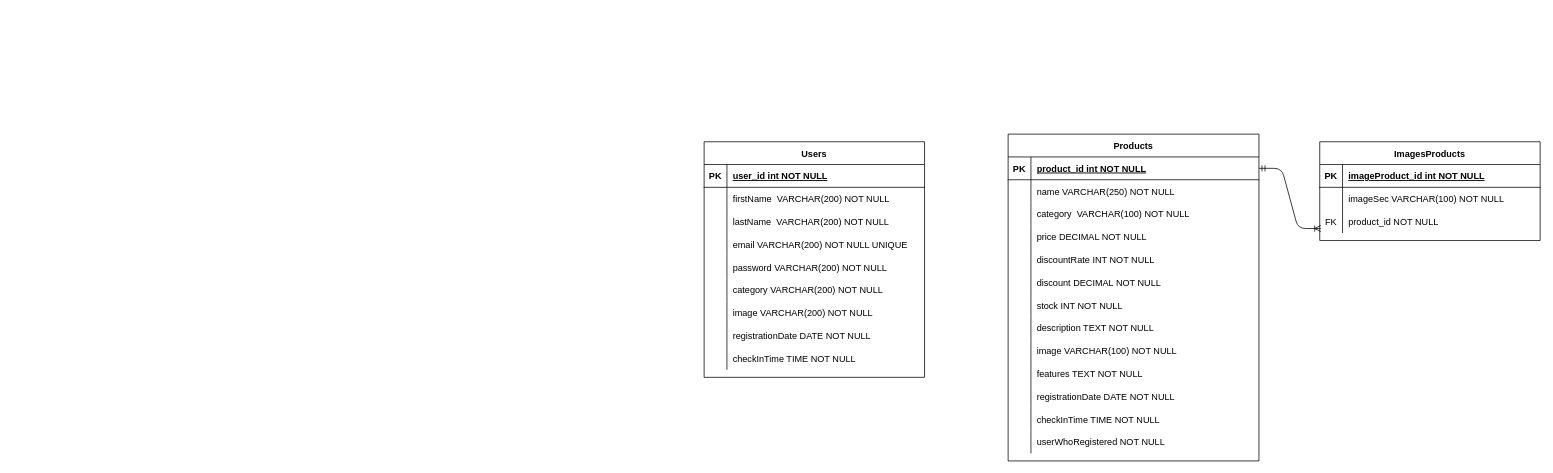
The draw.io diagram sql/diagramaERdbEcommerce.drawio in Eduardishion/appEcommercePropiaEduard, before the edit. Source tidied: cells renumbered, new cells numbered last; positions are measured from the earlier drawing's top-left corner, leaving out a move shared by most shapes. Both pictures are drawn from the tidied source at 76%, with x=0, y=0 at pixel (704, 134).
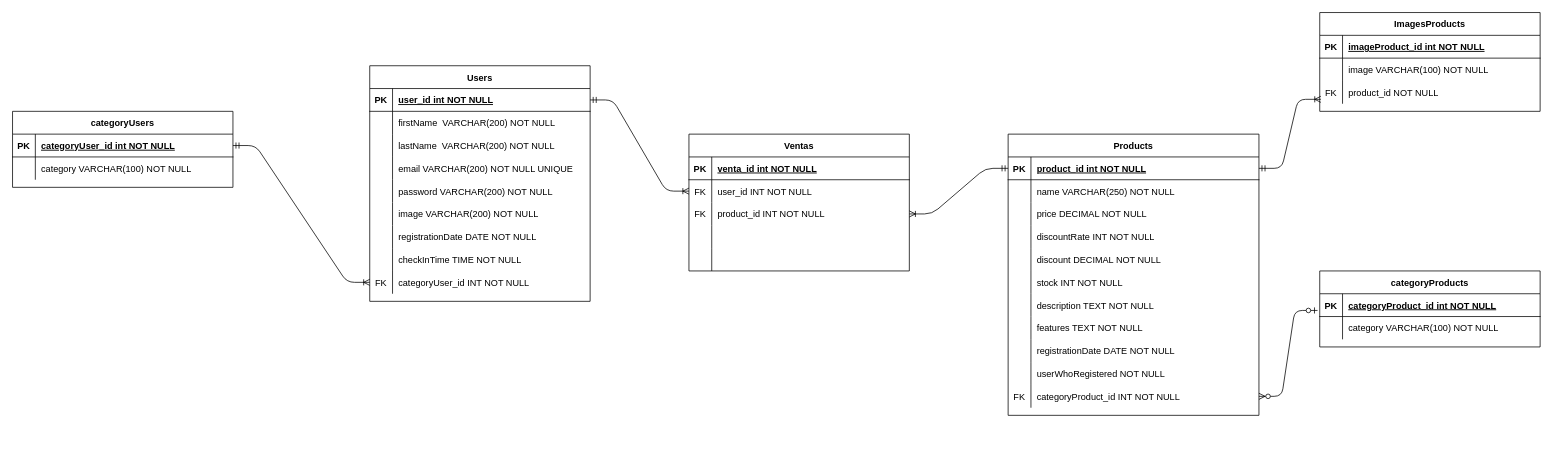
After the change.

Commit message (it also covers changes not shown here):
diseño de diagrama entidad relacion y archivo sql, de realcion entre tablas

Unchanged cells that the change refers to:
```xml
<mxCell id="3" style="shape=partialRectangle;fillColor=none;points=[[0,0.5],[1,0.5]];portConstraint=eastwest;top=0;left=0;right=0;bottom=1;" parent="2" vertex="1">
  <mxGeometry y="30" width="290" height="30" as="geometry" />
</mxCell>
<mxCell id="31" style="shape=partialRectangle;fillColor=none;points=[[0,0.5],[1,0.5]];portConstraint=eastwest;top=0;left=0;right=0;bottom=1;" parent="30" vertex="1">
  <mxGeometry y="30" width="330" height="30" as="geometry" />
</mxCell>
<mxCell id="74" style="shape=partialRectangle;fillColor=none;top=0;left=0;right=0;bottom=0;" parent="70" vertex="1">
  <mxGeometry y="60" width="290" height="30" as="geometry" />
</mxCell>
```

Diff of the diagram source:
```diff
@@
     <mxCell id="2" value="Users" style="shape=table;startSize=30;childLayout=tableLayout;rowLines=0;fontStyle=1;align=center;" parent="1" vertex="1">
-      <mxGeometry y="10" width="290" height="310" as="geometry" />
+      <mxGeometry x="-440" y="-90" width="290" height="310" as="geometry" />
     </mxCell>
@@
-    <mxCell id="18" style="shape=partialRectangle;fillColor=none;top=0;left=0;bottom=0;right=0;" parent="2" vertex="1">
-      <mxGeometry y="180" width="290" height="30" as="geometry" />
-    </mxCell>
-    <mxCell id="19" style="shape=partialRectangle;fillColor=none;top=0;left=0;bottom=0;right=0;overflow=hidden;" parent="18" vertex="1">
-      <mxGeometry width="30" height="30" as="geometry" />
-    </mxCell>
-    <mxCell id="20" value="category VARCHAR(200) NOT NULL" style="shape=partialRectangle;fillColor=none;top=0;left=0;bottom=0;right=0;align=left;spacingLeft=6;overflow=hidden;" parent="18" vertex="1">
-      <mxGeometry x="30" width="260" height="30" as="geometry" />
-    </mxCell>
     <mxCell id="21" style="shape=partialRectangle;fillColor=none;top=0;left=0;right=0;bottom=0;" parent="2" vertex="1">
-      <mxGeometry y="210" width="290" height="30" as="geometry" />
+      <mxGeometry y="180" width="290" height="30" as="geometry" />
     </mxCell>
@@
     <mxCell id="24" style="shape=partialRectangle;fillColor=none;top=0;left=0;bottom=0;right=0;" parent="2" vertex="1">
-      <mxGeometry y="240" width="290" height="30" as="geometry" />
+      <mxGeometry y="210" width="290" height="30" as="geometry" />
     </mxCell>
@@
     <mxCell id="27" style="shape=partialRectangle;fillColor=none;top=0;left=0;bottom=0;right=0;" parent="2" vertex="1">
-      <mxGeometry y="270" width="290" height="30" as="geometry" />
+      <mxGeometry y="240" width="290" height="30" as="geometry" />
     </mxCell>
@@
+    <mxCell id="81" style="shape=partialRectangle;fillColor=none;top=0;left=0;bottom=0;right=0;points=[[0,0.5],[1,0.5]];portConstraint=eastwest;" parent="2" vertex="1">
+      <mxGeometry y="270" width="290" height="30" as="geometry" />
+    </mxCell>
+    <mxCell id="82" value="FK" style="shape=partialRectangle;fillColor=none;top=0;left=0;bottom=0;right=0;fontStyle=0;overflow=hidden;" parent="81" vertex="1">
+      <mxGeometry width="30" height="30" as="geometry" />
+    </mxCell>
+    <mxCell id="83" value="categoryUser_id INT NOT NULL" style="shape=partialRectangle;fillColor=none;top=0;left=0;bottom=0;right=0;align=left;spacingLeft=6;fontStyle=0;overflow=hidden;" parent="81" vertex="1">
+      <mxGeometry x="30" width="260" height="30" as="geometry" />
+    </mxCell>
     <mxCell id="30" value="Products" style="shape=table;startSize=30;childLayout=tableLayout;rowLines=0;fontStyle=1;align=center;" parent="1" vertex="1">
-      <mxGeometry x="400" width="330" height="430" as="geometry" />
+      <mxGeometry x="400" width="330" height="370" as="geometry" />
     </mxCell>
@@
-    <mxCell id="37" style="shape=partialRectangle;fillColor=none;top=0;left=0;bottom=0;right=0;" parent="30" vertex="1">
-      <mxGeometry y="90" width="330" height="30" as="geometry" />
-    </mxCell>
-    <mxCell id="38" style="shape=partialRectangle;fillColor=none;top=0;left=0;bottom=0;right=0;overflow=hidden;" parent="37" vertex="1">
-      <mxGeometry width="30" height="30" as="geometry" />
-    </mxCell>
-    <mxCell id="39" value="category  VARCHAR(100) NOT NULL" style="shape=partialRectangle;fillColor=none;top=0;left=0;bottom=0;right=0;align=left;spacingLeft=6;overflow=hidden;" parent="37" vertex="1">
-      <mxGeometry x="30" width="300" height="30" as="geometry" />
-    </mxCell>
     <mxCell id="40" style="shape=partialRectangle;fillColor=none;top=0;left=0;bottom=0;right=0;" parent="30" vertex="1">
-      <mxGeometry y="120" width="330" height="30" as="geometry" />
+      <mxGeometry y="90" width="330" height="30" as="geometry" />
     </mxCell>
@@
     <mxCell id="43" style="shape=partialRectangle;fillColor=none;top=0;left=0;bottom=0;right=0;" parent="30" vertex="1">
-      <mxGeometry y="150" width="330" height="30" as="geometry" />
+      <mxGeometry y="120" width="330" height="30" as="geometry" />
     </mxCell>
@@
     <mxCell id="46" style="shape=partialRectangle;fillColor=none;top=0;left=0;bottom=0;right=0;" parent="30" vertex="1">
-      <mxGeometry y="180" width="330" height="30" as="geometry" />
+      <mxGeometry y="150" width="330" height="30" as="geometry" />
     </mxCell>
@@
     <mxCell id="49" style="shape=partialRectangle;fillColor=none;top=0;left=0;right=0;bottom=0;" parent="30" vertex="1">
-      <mxGeometry y="210" width="330" height="30" as="geometry" />
+      <mxGeometry y="180" width="330" height="30" as="geometry" />
     </mxCell>
@@
     <mxCell id="52" style="shape=partialRectangle;fillColor=none;top=0;left=0;bottom=0;right=0;" parent="30" vertex="1">
-      <mxGeometry y="240" width="330" height="30" as="geometry" />
+      <mxGeometry y="210" width="330" height="30" as="geometry" />
     </mxCell>
@@
-    <mxCell id="55" style="shape=partialRectangle;fillColor=none;top=0;left=0;bottom=0;right=0;" parent="30" vertex="1">
-      <mxGeometry y="270" width="330" height="30" as="geometry" />
-    </mxCell>
-    <mxCell id="56" style="shape=partialRectangle;fillColor=none;top=0;left=0;bottom=0;right=0;overflow=hidden;" parent="55" vertex="1">
-      <mxGeometry width="30" height="30" as="geometry" />
-    </mxCell>
-    <mxCell id="57" value="image VARCHAR(100) NOT NULL" style="shape=partialRectangle;fillColor=none;top=0;left=0;bottom=0;right=0;align=left;spacingLeft=6;overflow=hidden;" parent="55" vertex="1">
-      <mxGeometry x="30" width="300" height="30" as="geometry" />
-    </mxCell>
     <mxCell id="58" style="shape=partialRectangle;fillColor=none;top=0;left=0;bottom=0;right=0;" parent="30" vertex="1">
-      <mxGeometry y="300" width="330" height="30" as="geometry" />
+      <mxGeometry y="240" width="330" height="30" as="geometry" />
     </mxCell>
@@
     <mxCell id="61" style="shape=partialRectangle;fillColor=none;top=0;left=0;bottom=0;right=0;" parent="30" vertex="1">
-      <mxGeometry y="330" width="330" height="30" as="geometry" />
+      <mxGeometry y="270" width="330" height="30" as="geometry" />
     </mxCell>
@@
-    <mxCell id="64" style="shape=partialRectangle;fillColor=none;top=0;left=0;bottom=0;right=0;" parent="30" vertex="1">
-      <mxGeometry y="360" width="330" height="30" as="geometry" />
-    </mxCell>
-    <mxCell id="65" style="shape=partialRectangle;fillColor=none;top=0;left=0;bottom=0;right=0;overflow=hidden;" parent="64" vertex="1">
-      <mxGeometry width="30" height="30" as="geometry" />
-    </mxCell>
-    <mxCell id="66" value="checkInTime TIME NOT NULL" style="shape=partialRectangle;fillColor=none;top=0;left=0;bottom=0;right=0;align=left;spacingLeft=6;overflow=hidden;" parent="64" vertex="1">
-      <mxGeometry x="30" width="300" height="30" as="geometry" />
-    </mxCell>
     <mxCell id="67" style="shape=partialRectangle;fillColor=none;top=0;left=0;bottom=0;right=0;" parent="30" vertex="1">
-      <mxGeometry y="390" width="330" height="30" as="geometry" />
+      <mxGeometry y="300" width="330" height="30" as="geometry" />
     </mxCell>
@@
+    <mxCell id="84" style="shape=partialRectangle;fillColor=none;top=0;left=0;bottom=0;right=0;points=[[0,0.5],[1,0.5]];portConstraint=eastwest;" parent="30" vertex="1">
+      <mxGeometry y="330" width="330" height="30" as="geometry" />
+    </mxCell>
+    <mxCell id="85" value="FK" style="shape=partialRectangle;fillColor=none;top=0;left=0;bottom=0;right=0;fontStyle=0;overflow=hidden;" parent="84" vertex="1">
+      <mxGeometry width="30" height="30" as="geometry" />
+    </mxCell>
+    <mxCell id="86" value="categoryProduct_id INT NOT NULL " style="shape=partialRectangle;fillColor=none;top=0;left=0;bottom=0;right=0;align=left;spacingLeft=6;fontStyle=0;overflow=hidden;" parent="84" vertex="1">
+      <mxGeometry x="30" width="300" height="30" as="geometry" />
+    </mxCell>
     <mxCell id="70" value="ImagesProducts" style="shape=table;startSize=30;childLayout=tableLayout;rowLines=0;fontStyle=1;align=center;" parent="1" vertex="1">
-      <mxGeometry x="810" y="10" width="290" height="130" as="geometry" />
+      <mxGeometry x="810" y="-160" width="290" height="130" as="geometry" />
     </mxCell>
@@
-    <mxCell id="76" value="imageSec VARCHAR(100) NOT NULL" style="shape=partialRectangle;overflow=hidden;fillColor=none;top=0;left=0;bottom=0;right=0;align=left;spacingLeft=6;" parent="74" vertex="1">
+    <mxCell id="76" value="image VARCHAR(100) NOT NULL" style="shape=partialRectangle;overflow=hidden;fillColor=none;top=0;left=0;bottom=0;right=0;align=left;spacingLeft=6;" parent="74" vertex="1">
       <mxGeometry x="30" width="260" height="30" as="geometry" />
     </mxCell>
@@
+    <mxCell id="87" value="categoryProducts" style="shape=table;startSize=30;childLayout=tableLayout;rowLines=0;fontStyle=1;align=center;" parent="1" vertex="1">
+      <mxGeometry x="810" y="180" width="290" height="100" as="geometry" />
+    </mxCell>
+    <mxCell id="88" style="shape=partialRectangle;fillColor=none;points=[[0,0.5],[1,0.5]];portConstraint=eastwest;top=0;left=0;right=0;bottom=1;" parent="87" vertex="1">
+      <mxGeometry y="30" width="290" height="30" as="geometry" />
+    </mxCell>
+    <mxCell id="89" value="PK" style="shape=partialRectangle;overflow=hidden;fillColor=none;top=0;left=0;bottom=0;right=0;fontStyle=1;" parent="88" vertex="1">
+      <mxGeometry width="30" height="30" as="geometry" />
+    </mxCell>
+    <mxCell id="90" value="categoryProduct_id int NOT NULL " style="shape=partialRectangle;overflow=hidden;fillColor=none;top=0;left=0;bottom=0;right=0;align=left;spacingLeft=6;fontStyle=5;" parent="88" vertex="1">
+      <mxGeometry x="30" width="260" height="30" as="geometry" />
+    </mxCell>
+    <mxCell id="91" style="shape=partialRectangle;fillColor=none;top=0;left=0;right=0;bottom=0;" parent="87" vertex="1">
+      <mxGeometry y="60" width="290" height="30" as="geometry" />
+    </mxCell>
+    <mxCell id="92" style="shape=partialRectangle;overflow=hidden;fillColor=none;top=0;left=0;bottom=0;right=0;" parent="91" vertex="1">
+      <mxGeometry width="30" height="30" as="geometry" />
+    </mxCell>
+    <mxCell id="93" value="category VARCHAR(100) NOT NULL" style="shape=partialRectangle;overflow=hidden;fillColor=none;top=0;left=0;bottom=0;right=0;align=left;spacingLeft=6;" parent="91" vertex="1">
+      <mxGeometry x="30" width="260" height="30" as="geometry" />
+    </mxCell>
+    <mxCell id="94" style="edgeStyle=entityRelationEdgeStyle;fontSize=12;html=1;endArrow=ERzeroToMany;startArrow=ERzeroToOne;exitX=-0.01;exitY=0.733;exitDx=0;exitDy=0;entryX=1;entryY=0.5;entryDx=0;entryDy=0;exitPerimeter=0;" parent="1" edge="1" source="88" target="84">
+      <mxGeometry relative="1" as="geometry" />
+    </mxCell>
+    <mxCell id="95" value="Ventas" style="shape=table;startSize=30;childLayout=tableLayout;rowLines=0;fontStyle=1;align=center;" parent="1" vertex="1">
+      <mxGeometry x="-20" width="290" height="180" as="geometry" />
+    </mxCell>
+    <mxCell id="96" style="shape=partialRectangle;fillColor=none;top=0;left=0;right=0;bottom=1;" parent="95" vertex="1">
+      <mxGeometry y="30" width="290" height="30" as="geometry" />
+    </mxCell>
+    <mxCell id="97" value="PK" style="shape=partialRectangle;overflow=hidden;fillColor=none;top=0;left=0;bottom=0;right=0;fontStyle=1;" parent="96" vertex="1">
+      <mxGeometry width="30" height="30" as="geometry" />
+    </mxCell>
+    <mxCell id="98" value="venta_id int NOT NULL " style="shape=partialRectangle;overflow=hidden;fillColor=none;top=0;left=0;bottom=0;right=0;align=left;spacingLeft=6;fontStyle=5;" parent="96" vertex="1">
+      <mxGeometry x="30" width="260" height="30" as="geometry" />
+    </mxCell>
+    <mxCell id="99" style="shape=partialRectangle;fillColor=none;top=0;left=0;bottom=0;right=0;points=[[0,0.5],[1,0.5]];portConstraint=eastwest;" parent="95" vertex="1">
+      <mxGeometry y="60" width="290" height="30" as="geometry" />
+    </mxCell>
+    <mxCell id="100" value="FK" style="shape=partialRectangle;fillColor=none;top=0;left=0;bottom=0;right=0;fontStyle=0;overflow=hidden;" parent="99" vertex="1">
+      <mxGeometry width="30" height="30" as="geometry" />
+    </mxCell>
+    <mxCell id="101" value="user_id INT NOT NULL" style="shape=partialRectangle;fillColor=none;top=0;left=0;bottom=0;right=0;align=left;spacingLeft=6;fontStyle=0;overflow=hidden;" parent="99" vertex="1">
+      <mxGeometry x="30" width="260" height="30" as="geometry" />
+    </mxCell>
+    <mxCell id="102" style="shape=partialRectangle;fillColor=none;top=0;left=0;bottom=0;right=0;points=[[0,0.5],[1,0.5]];portConstraint=eastwest;" parent="95" vertex="1">
+      <mxGeometry y="90" width="290" height="30" as="geometry" />
+    </mxCell>
+    <mxCell id="103" value="FK" style="shape=partialRectangle;fillColor=none;top=0;left=0;bottom=0;right=0;fontStyle=0;overflow=hidden;" parent="102" vertex="1">
+      <mxGeometry width="30" height="30" as="geometry" />
+    </mxCell>
+    <mxCell id="104" value="product_id INT NOT NULL" style="shape=partialRectangle;fillColor=none;top=0;left=0;bottom=0;right=0;align=left;spacingLeft=6;fontStyle=0;overflow=hidden;" parent="102" vertex="1">
+      <mxGeometry x="30" width="260" height="30" as="geometry" />
+    </mxCell>
+    <mxCell id="105" style="shape=partialRectangle;fillColor=none;top=0;left=0;bottom=0;right=0;" parent="95" vertex="1">
+      <mxGeometry y="120" width="290" height="30" as="geometry" />
+    </mxCell>
+    <mxCell id="106" style="shape=partialRectangle;fillColor=none;top=0;left=0;bottom=0;right=0;overflow=hidden;" parent="105" vertex="1">
+      <mxGeometry width="30" height="30" as="geometry" />
+    </mxCell>
+    <mxCell id="107" style="shape=partialRectangle;fillColor=none;top=0;left=0;bottom=0;right=0;align=left;spacingLeft=6;overflow=hidden;" parent="105" vertex="1">
+      <mxGeometry x="30" width="260" height="30" as="geometry" />
+    </mxCell>
+    <mxCell id="108" style="shape=partialRectangle;fillColor=none;top=0;left=0;bottom=0;right=0;" parent="95" vertex="1">
+      <mxGeometry y="150" width="290" height="30" as="geometry" />
+    </mxCell>
+    <mxCell id="109" style="shape=partialRectangle;fillColor=none;top=0;left=0;bottom=0;right=0;overflow=hidden;" parent="108" vertex="1">
+      <mxGeometry width="30" height="30" as="geometry" />
+    </mxCell>
+    <mxCell id="110" style="shape=partialRectangle;fillColor=none;top=0;left=0;bottom=0;right=0;align=left;spacingLeft=6;overflow=hidden;" parent="108" vertex="1">
+      <mxGeometry x="30" width="260" height="30" as="geometry" />
+    </mxCell>
+    <mxCell id="111" style="edgeStyle=entityRelationEdgeStyle;fontSize=12;html=1;endArrow=ERoneToMany;startArrow=ERmandOne;exitX=1;exitY=0.5;exitDx=0;exitDy=0;entryX=0;entryY=0.5;entryDx=0;entryDy=0;" parent="1" edge="1" source="3" target="99">
+      <mxGeometry relative="1" as="geometry" />
+    </mxCell>
+    <mxCell id="112" style="edgeStyle=entityRelationEdgeStyle;fontSize=12;html=1;endArrow=ERoneToMany;startArrow=ERmandOne;entryX=1;entryY=0.5;entryDx=0;entryDy=0;exitX=0;exitY=0.5;exitDx=0;exitDy=0;" parent="1" edge="1" source="31" target="102">
+      <mxGeometry relative="1" as="geometry" />
+    </mxCell>
+    <mxCell id="113" value="categoryUsers" style="shape=table;startSize=30;childLayout=tableLayout;rowLines=0;fontStyle=1;align=center;" parent="1" vertex="1">
+      <mxGeometry x="-910" y="-30" width="290" height="100" as="geometry" />
+    </mxCell>
+    <mxCell id="114" style="shape=partialRectangle;fillColor=none;points=[[0,0.5],[1,0.5]];portConstraint=eastwest;top=0;left=0;right=0;bottom=1;" parent="113" vertex="1">
+      <mxGeometry y="30" width="290" height="30" as="geometry" />
+    </mxCell>
+    <mxCell id="115" value="PK" style="shape=partialRectangle;overflow=hidden;fillColor=none;top=0;left=0;bottom=0;right=0;fontStyle=1;" parent="114" vertex="1">
+      <mxGeometry width="30" height="30" as="geometry" />
+    </mxCell>
+    <mxCell id="116" value="categoryUser_id int NOT NULL " style="shape=partialRectangle;overflow=hidden;fillColor=none;top=0;left=0;bottom=0;right=0;align=left;spacingLeft=6;fontStyle=5;" parent="114" vertex="1">
+      <mxGeometry x="30" width="260" height="30" as="geometry" />
+    </mxCell>
+    <mxCell id="117" style="shape=partialRectangle;fillColor=none;top=0;left=0;right=0;bottom=0;" parent="113" vertex="1">
+      <mxGeometry y="60" width="290" height="30" as="geometry" />
+    </mxCell>
+    <mxCell id="118" style="shape=partialRectangle;overflow=hidden;fillColor=none;top=0;left=0;bottom=0;right=0;" parent="117" vertex="1">
+      <mxGeometry width="30" height="30" as="geometry" />
+    </mxCell>
+    <mxCell id="119" value="category VARCHAR(100) NOT NULL" style="shape=partialRectangle;overflow=hidden;fillColor=none;top=0;left=0;bottom=0;right=0;align=left;spacingLeft=6;" parent="117" vertex="1">
+      <mxGeometry x="30" width="260" height="30" as="geometry" />
+    </mxCell>
+    <mxCell id="120" style="edgeStyle=entityRelationEdgeStyle;fontSize=12;html=1;endArrow=ERoneToMany;startArrow=ERmandOne;exitX=1;exitY=0.5;exitDx=0;exitDy=0;entryX=0;entryY=0.5;entryDx=0;entryDy=0;" parent="1" edge="1" source="114" target="81">
+      <mxGeometry relative="1" as="geometry" />
+    </mxCell>
```
